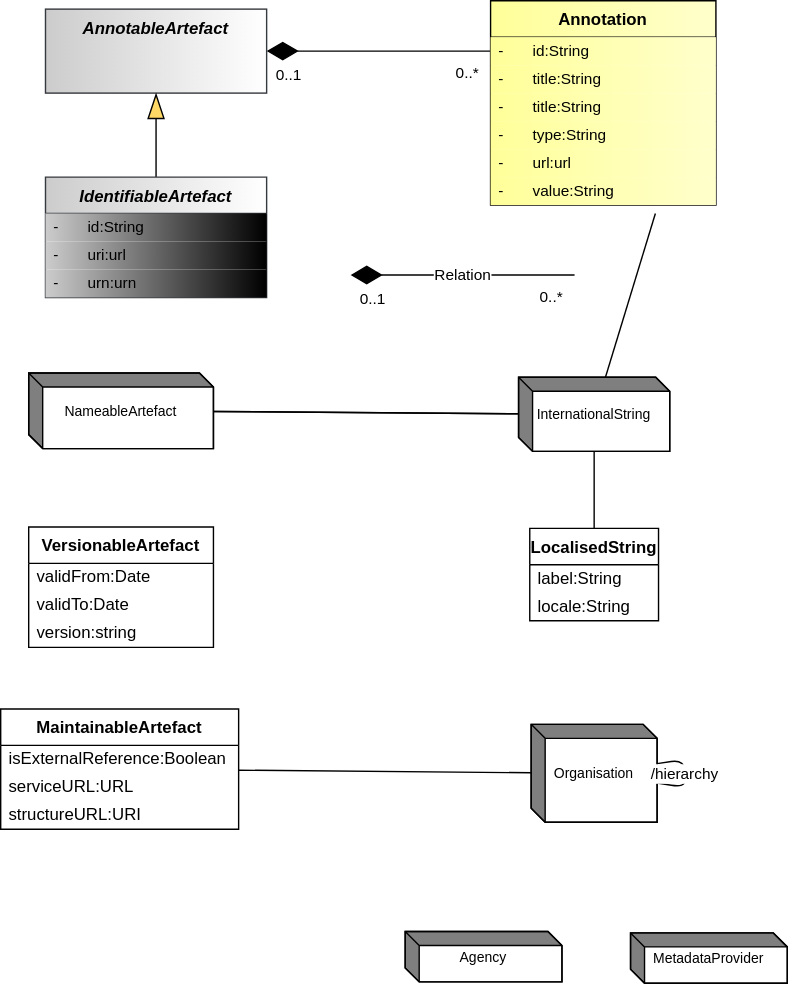
dosse/sdmx-im keeps this draw.io diagram as docs/information_model/media/sdmx_base-base_inheritance.svg. Above is the earlier version. Source tidied: cells renumbered, new cells last; positions are measured from the earlier drawing's top-left corner, leaving out a move shared by most shapes.
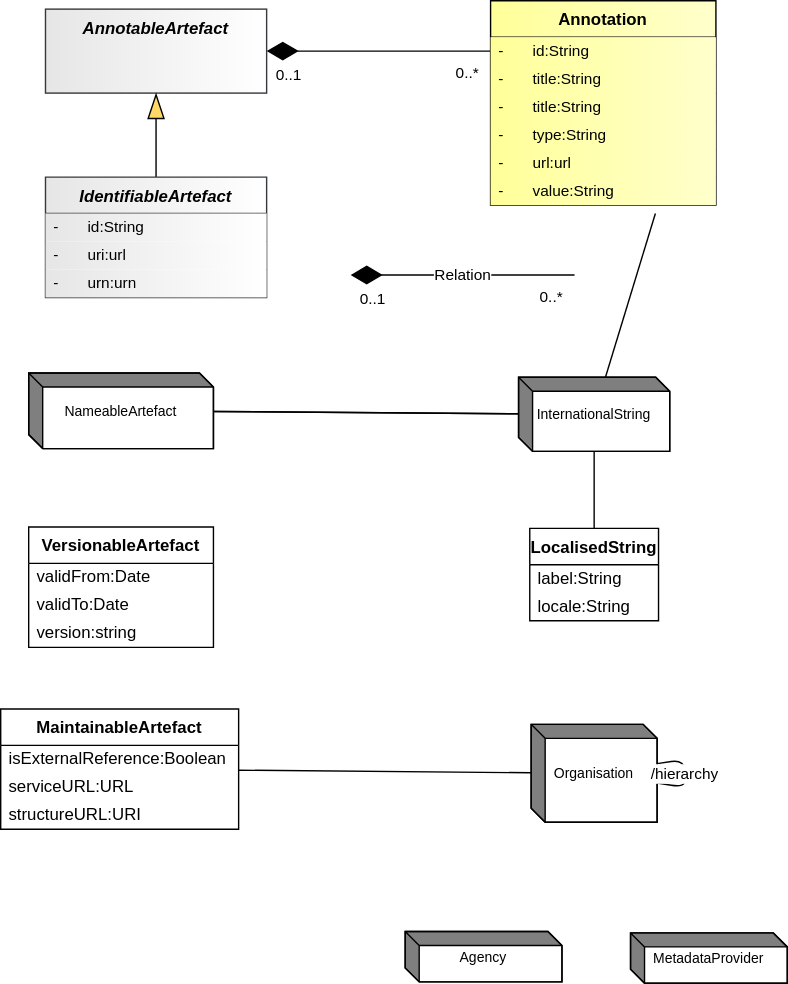
After the commit.

Diff of the diagram source:
```diff
@@ -157,31 +157,36 @@
     <mxCell id="52" style="endArrow=none;" parent="1" edge="1">
       <mxGeometry relative="1" as="geometry" />
     </mxCell>
-    <mxCell id="53" style="endArrow=none;html=1;endSize=12;startArrow=diamondThin;startSize=20;startFill=1;edgeStyle=orthogonalEdgeStyle;rounded=0;exitX=1;exitY=0.5;exitDx=0;exitDy=0;endFill=0;entryX=0;entryY=0.5;entryDx=0;entryDy=0;strokeColor=default;" parent="1" edge="1" source="66" target="60">
-      <mxGeometry relative="1" as="geometry" />
+    <mxCell id="53" style="endArrow=none;html=1;endSize=12;startArrow=diamondThin;startSize=20;startFill=1;edgeStyle=orthogonalEdgeStyle;rounded=0;exitX=1;exitY=0.5;exitDx=0;exitDy=0;endFill=0;entryX=0;entryY=0.5;entryDx=0;entryDy=0;strokeColor=light-dark(#000000,#FFFFFF);fontColor=light-dark(#000000,#FFFFFF);labelBackgroundColor=none;" parent="1" edge="1" source="66" target="60">
+      <mxGeometry relative="1" as="geometry">
+        <Array as="points">
+          <mxPoint x="270" y="36" />
+          <mxPoint x="270" y="36" />
+        </Array>
+      </mxGeometry>
     </mxCell>
-    <mxCell id="54" value="0..1" style="edgeLabel;html=1;align=left;verticalAlign=top;fontColor=default;labelBackgroundColor=none;" parent="53" vertex="1">
+    <mxCell id="54" value="0..1" style="edgeLabel;html=1;align=left;verticalAlign=top;fontColor=light-dark(#000000,#FFFFFF);labelBackgroundColor=none;" parent="53" vertex="1">
       <mxGeometry x="-1" relative="1" as="geometry">
         <mxPoint x="5" y="4" as="offset" />
       </mxGeometry>
     </mxCell>
-    <mxCell id="55" value="0..*" style="edgeLabel;html=1;align=right;verticalAlign=top;labelBackgroundColor=none;" parent="53" vertex="1">
+    <mxCell id="55" value="0..*" style="edgeLabel;html=1;align=right;verticalAlign=top;labelBackgroundColor=none;fontColor=light-dark(#000000,#FFFFFF);" parent="53" vertex="1">
       <mxGeometry x="1" relative="1" as="geometry">
         <mxPoint x="-8" y="3" as="offset" />
       </mxGeometry>
     </mxCell>
-    <mxCell id="56" value="&lt;span style=&quot;background-color: light-dark(#ffffff, var(--ge-dark-color, #121212));&quot;&gt;&lt;font style=&quot;&quot;&gt;Relation&lt;/font&gt;&lt;/span&gt;" style="endArrow=none;html=1;endSize=12;startArrow=diamondThin;startSize=20;startFill=1;edgeStyle=orthogonalEdgeStyle;rounded=0;exitX=1;exitY=0.5;exitDx=0;exitDy=0;endFill=0;strokeColor=default;" parent="1" edge="1">
+    <mxCell id="56" value="&lt;font style=&quot;color: light-dark(rgb(0, 0, 0), rgb(255, 255, 255)); background-color: light-dark(rgb(255, 255, 255), rgb(0, 0, 0));&quot;&gt;Relation&lt;/font&gt;" style="endArrow=none;html=1;endSize=12;startArrow=diamondThin;startSize=20;startFill=1;edgeStyle=orthogonalEdgeStyle;rounded=0;exitX=1;exitY=0.5;exitDx=0;exitDy=0;endFill=0;strokeColor=light-dark(#000000,#FFFFFF);fontColor=light-dark(#000000,#FFFFFF);labelBackgroundColor=none;" parent="1" edge="1">
       <mxGeometry relative="1" as="geometry">
         <mxPoint x="250" y="196" as="sourcePoint" />
         <mxPoint x="410" y="196" as="targetPoint" />
       </mxGeometry>
     </mxCell>
-    <mxCell id="57" value="0..1" style="edgeLabel;html=1;align=left;verticalAlign=top;labelBackgroundColor=none;" parent="56" vertex="1">
+    <mxCell id="57" value="0..1" style="edgeLabel;html=1;align=left;verticalAlign=top;labelBackgroundColor=none;fontColor=light-dark(#000000,#FFFFFF);" parent="56" vertex="1">
       <mxGeometry x="-1" relative="1" as="geometry">
         <mxPoint x="5" y="4" as="offset" />
       </mxGeometry>
     </mxCell>
-    <mxCell id="58" value="0..*" style="edgeLabel;html=1;align=right;verticalAlign=top;labelBackgroundColor=none;fontColor=default;" parent="56" vertex="1">
+    <mxCell id="58" value="0..*" style="edgeLabel;html=1;align=right;verticalAlign=top;labelBackgroundColor=none;fontColor=light-dark(#000000,#FFFFFF);" parent="56" vertex="1">
       <mxGeometry x="1" relative="1" as="geometry">
         <mxPoint x="-8" y="3" as="offset" />
       </mxGeometry>
@@ -207,22 +212,22 @@
     <mxCell id="65" value="-&lt;span style=&quot;white-space: pre;&quot;&gt;&#9;&lt;/span&gt;value:String" style="text;strokeColor=none;fillColor=light-dark(#FFFF99,#FFFF99);align=left;verticalAlign=middle;spacingLeft=4;spacingRight=4;overflow=hidden;whiteSpace=wrap;html=1;fontSize=11;gradientColor=light-dark(#FFFFCC,#FFFFCC);gradientDirection=east;fontColor=light-dark(#000000,#000000);strokeWidth=0;" parent="59" vertex="1">
       <mxGeometry y="126" width="161" height="20" as="geometry" />
     </mxCell>
-    <mxCell id="66" value="&lt;span&gt;&lt;span&gt;AnnotableArtefact&lt;/span&gt;&lt;/span&gt;" style="whiteSpace=wrap;html=1;verticalAlign=top;gradientDirection=east;imageVerticalAlign=top;fontStyle=3;fillColor=light-dark(#CCCCCC,#CCCCCC);strokeColor=#36393d;fontColor=light-dark(#000000,#000000);gradientColor=light-dark(#FFFFFF,#FFFFFF);" parent="1" vertex="1">
+    <mxCell id="66" value="&lt;span&gt;&lt;span&gt;AnnotableArtefact&lt;/span&gt;&lt;/span&gt;" style="whiteSpace=wrap;html=1;verticalAlign=top;gradientDirection=east;imageVerticalAlign=top;fontStyle=3;fillColor=light-dark(#E6E6E6,#E6E6E6);strokeColor=#36393d;fontColor=light-dark(#000000,#000000);gradientColor=light-dark(#FFFFFF,#FFFFFF);" parent="1" vertex="1">
       <mxGeometry x="32" y="6" width="158" height="60" as="geometry" />
     </mxCell>
-    <mxCell id="67" style="endArrow=blockThin;endSize=16;endFill=1;html=1;rounded=0;entryX=0.5;entryY=1;entryDx=0;entryDy=0;exitX=0.5;exitY=0;exitDx=0;exitDy=0;startFill=0;endFillColor=light-dark(#FFD966,#FFD966);strokeColor=default;" parent="1" edge="1" source="68" target="66">
+    <mxCell id="67" style="endArrow=blockThin;endSize=16;endFill=1;html=1;rounded=0;entryX=0.5;entryY=1;entryDx=0;entryDy=0;exitX=0.5;exitY=0;exitDx=0;exitDy=0;startFill=0;endFillColor=light-dark(#FFD966,#FFD966);strokeColor=light-dark(#000000,#FFFFFF);" parent="1" edge="1" source="68" target="66">
       <mxGeometry relative="1" as="geometry" />
     </mxCell>
-    <mxCell id="68" value="IdentifiableArtefact" style="swimlane;fontStyle=3;align=center;verticalAlign=top;horizontal=1;startSize=26;whiteSpace=wrap;html=1;strokeColor=#36393d;fontFamily=Helvetica;fontSize=12;fillColor=light-dark(#CCCCCC,#CCCCCC);gradientDirection=east;gradientColor=light-dark(#FFFFFF,#FFFFFF);fontColor=light-dark(#000000,#000000);" parent="1" vertex="1">
+    <mxCell id="68" value="IdentifiableArtefact" style="swimlane;fontStyle=3;align=center;verticalAlign=top;horizontal=1;startSize=26;whiteSpace=wrap;html=1;strokeColor=#36393d;fontFamily=Helvetica;fontSize=12;fillColor=light-dark(#E6E6E6,#E6E6E6);gradientDirection=east;gradientColor=light-dark(#FFFFFF,#FFFFFF);fontColor=light-dark(#000000,#000000);" parent="1" vertex="1">
       <mxGeometry x="32" y="126" width="158" height="86" as="geometry" />
     </mxCell>
-    <mxCell id="69" value="-&lt;span style=&quot;white-space: pre;&quot;&gt;&#9;&lt;/span&gt;id:String" style="text;strokeColor=none;fillColor=light-dark(#CCCCCC,#CCCCCC);align=left;verticalAlign=middle;spacingLeft=4;spacingRight=4;overflow=hidden;whiteSpace=wrap;html=1;fontFamily=Helvetica;fontSize=11;fontColor=light-dark(#000000,#000000);fontStyle=0;gradientColor=default;gradientDirection=east;" parent="68" vertex="1">
+    <mxCell id="69" value="-&lt;span style=&quot;white-space: pre;&quot;&gt;&#9;&lt;/span&gt;id:String" style="text;strokeColor=none;fillColor=light-dark(#E6E6E6,#E6E6E6);align=left;verticalAlign=middle;spacingLeft=4;spacingRight=4;overflow=hidden;whiteSpace=wrap;html=1;fontFamily=Helvetica;fontSize=11;fontColor=light-dark(#000000,#000000);fontStyle=0;gradientColor=light-dark(#FFFFFF,#FFFFFF);gradientDirection=east;" parent="68" vertex="1">
       <mxGeometry y="26" width="158" height="20" as="geometry" />
     </mxCell>
-    <mxCell id="70" value="-&lt;span style=&quot;white-space: pre;&quot;&gt;&#9;&lt;/span&gt;uri:url" style="text;strokeColor=none;fillColor=light-dark(#CCCCCC,#CCCCCC);align=left;verticalAlign=middle;spacingLeft=4;spacingRight=4;overflow=hidden;whiteSpace=wrap;html=1;fontFamily=Helvetica;fontSize=11;fontColor=light-dark(#000000,#000000);fontStyle=0;gradientColor=default;gradientDirection=east;" parent="68" vertex="1">
+    <mxCell id="70" value="-&lt;span style=&quot;white-space: pre;&quot;&gt;&#9;&lt;/span&gt;uri:url" style="text;strokeColor=none;fillColor=light-dark(#E6E6E6,#E6E6E6);align=left;verticalAlign=middle;spacingLeft=4;spacingRight=4;overflow=hidden;whiteSpace=wrap;html=1;fontFamily=Helvetica;fontSize=11;fontColor=light-dark(#000000,#000000);fontStyle=0;gradientColor=light-dark(#FFFFFF,#FFFFFF);gradientDirection=east;" parent="68" vertex="1">
       <mxGeometry y="46" width="158" height="20" as="geometry" />
     </mxCell>
-    <mxCell id="71" value="-&lt;span style=&quot;white-space: pre;&quot;&gt;&#9;&lt;/span&gt;urn:urn" style="text;strokeColor=none;fillColor=light-dark(#CCCCCC,#CCCCCC);align=left;verticalAlign=middle;spacingLeft=4;spacingRight=4;overflow=hidden;whiteSpace=wrap;html=1;fontFamily=Helvetica;fontSize=11;fontColor=light-dark(#000000,#000000);fontStyle=0;gradientColor=default;gradientDirection=east;" parent="68" vertex="1">
+    <mxCell id="71" value="-&lt;span style=&quot;white-space: pre;&quot;&gt;&#9;&lt;/span&gt;urn:urn" style="text;strokeColor=none;fillColor=light-dark(#E6E6E6,#E6E6E6);align=left;verticalAlign=middle;spacingLeft=4;spacingRight=4;overflow=hidden;whiteSpace=wrap;html=1;fontFamily=Helvetica;fontSize=11;fontColor=light-dark(#000000,#000000);fontStyle=0;gradientColor=light-dark(#FFFFFF,#FFFFFF);gradientDirection=east;" parent="68" vertex="1">
       <mxGeometry y="66" width="158" height="20" as="geometry" />
     </mxCell>
   </root>
```
